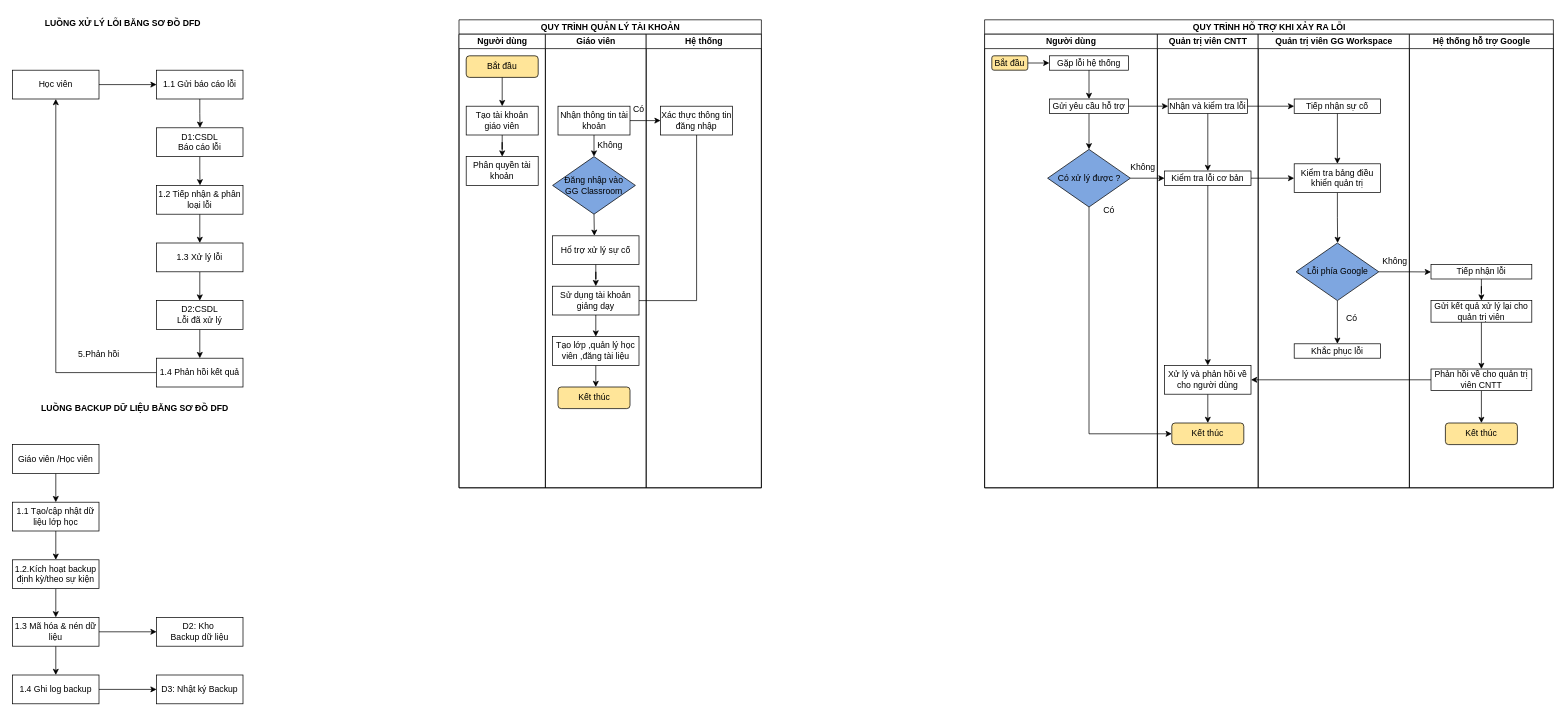
Above: Quản lý tài khoản CFD.drawio in Hau4969/Hau4969 (draw.io), before the change. Source tidied: cells renumbered, new cells numbered last; positions are measured from the earlier drawing's top-left corner, leaving out a move shared by most shapes. Both pictures are drawn from the tidied source at 72%, with x=0, y=0 at pixel (12, 12).
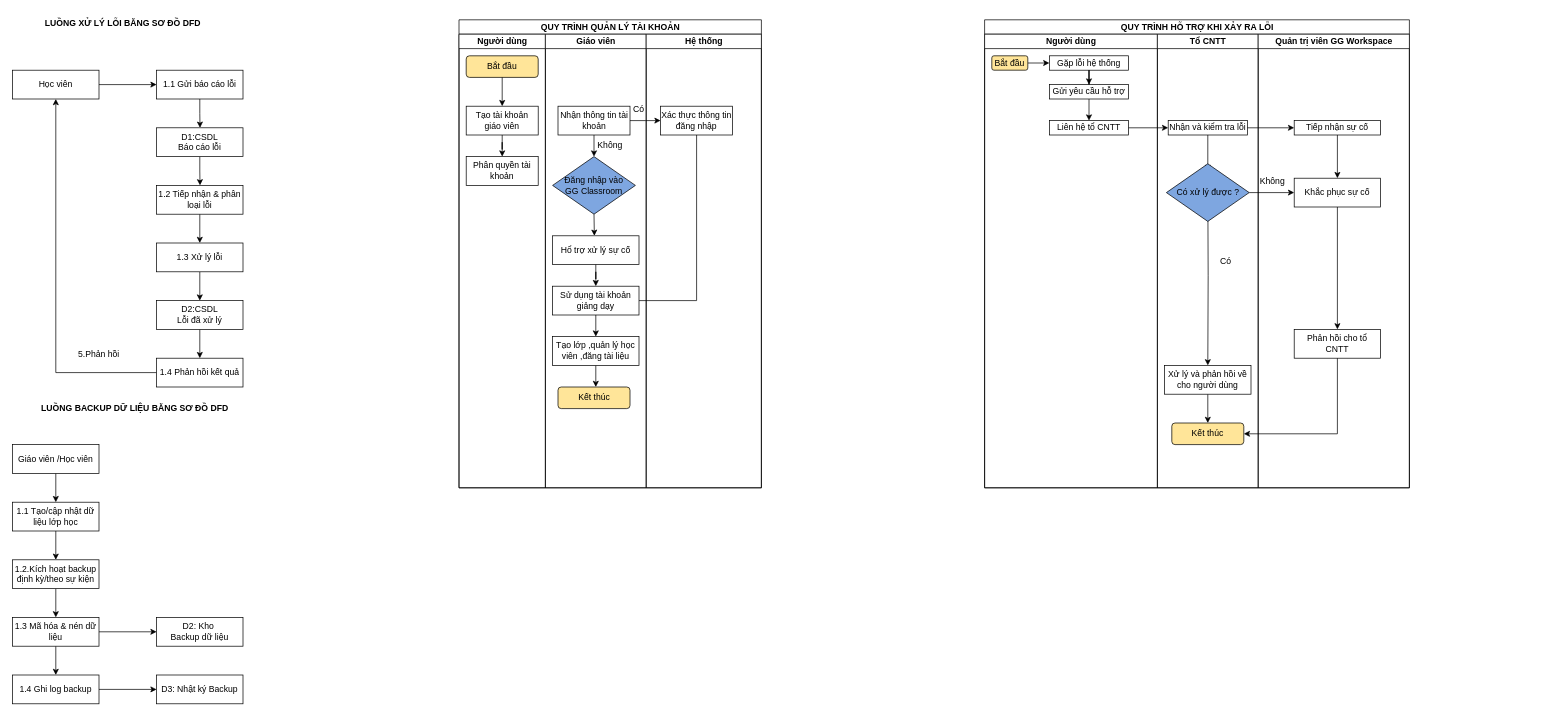
The same diagram, later.

The change refers to these unchanged cells:
```xml
<mxCell id="28" value="Người dùng" style="swimlane;startSize=20;html=1;" parent="27" vertex="1">
  <mxGeometry y="20" width="240" height="630" as="geometry" />
</mxCell>
<mxCell id="43" value="Xử lý và phản hồi về cho người dùng" style="rounded=0;whiteSpace=wrap;html=1;" parent="38" vertex="1">
  <mxGeometry x="10" y="460" width="120" height="40" as="geometry" />
</mxCell>
<mxCell id="45" value="Kết thúc" style="rounded=1;whiteSpace=wrap;html=1;fillColor=#FFE599;" parent="38" vertex="1">
  <mxGeometry x="20" y="540" width="100" height="30" as="geometry" />
</mxCell>
<mxCell id="46" value="Quản trị viên GG Workspace" style="swimlane;startSize=20;html=1;" parent="27" vertex="1">
  <mxGeometry x="380" y="20" width="210" height="630" as="geometry" />
</mxCell>
```

What changed in the source:
```diff
@@
     <mxCell id="27" value="QUY TRÌNH HỖ TRỢ KHI XẢY RA LỖI" style="swimlane;startSize=20;html=1;" parent="1" vertex="1">
-      <mxGeometry x="1350" y="10" width="790" height="650" as="geometry" />
+      <mxGeometry x="1350" y="10" width="590" height="650" as="geometry" />
     </mxCell>
@@
-    <mxCell id="32" style="edgeStyle=orthogonalEdgeStyle;rounded=0;jettySize=auto;html=1;exitX=0.5;exitY=1;exitDx=0;exitDy=0;entryX=0.5;entryY=0;entryDx=0;entryDy=0;" parent="28" edge="1" source="33" target="35">
-      <mxGeometry relative="1" as="geometry" />
-    </mxCell>
+    <mxCell id="103" style="edgeStyle=orthogonalEdgeStyle;rounded=0;jettySize=auto;html=1;exitX=0.5;exitY=1;exitDx=0;exitDy=0;entryX=0.5;entryY=0;entryDx=0;entryDy=0;" parent="28" edge="1" source="33" target="104">
+      <mxGeometry relative="1" as="geometry" />
+    </mxCell>
     <mxCell id="33" value="Gửi yêu cầu hỗ trợ" style="rounded=0;whiteSpace=wrap;html=1;" parent="28" vertex="1">
-      <mxGeometry x="90" y="90" width="110" height="20" as="geometry" />
+      <mxGeometry x="90" y="70" width="110" height="20" as="geometry" />
     </mxCell>
@@
-    <mxCell id="35" value="Có xử lý được ?" style="rhombus;whiteSpace=wrap;html=1;fillColor=#7EA6E0;" parent="28" vertex="1">
-      <mxGeometry x="87.5" y="160" width="115" height="80" as="geometry" />
-    </mxCell>
-    <mxCell id="36" value="Không" style="text;html=1;align=center;verticalAlign=middle;whiteSpace=wrap;rounded=0;" parent="28" vertex="1">
-      <mxGeometry x="190" y="170" width="60" height="30" as="geometry" />
-    </mxCell>
-    <mxCell id="37" value="Có" style="text;html=1;align=center;verticalAlign=middle;whiteSpace=wrap;rounded=0;" parent="28" vertex="1">
-      <mxGeometry x="142.5" y="230" width="60" height="30" as="geometry" />
-    </mxCell>
+    <mxCell id="104" value="Liên hệ tổ CNTT" style="rounded=0;whiteSpace=wrap;html=1;" parent="28" vertex="1">
+      <mxGeometry x="90" y="120" width="110" height="20" as="geometry" />
+    </mxCell>
-    <mxCell id="38" value="Quản trị viên CNTT" style="swimlane;startSize=20;html=1;" parent="27" vertex="1">
+    <mxCell id="38" value="Tổ CNTT" style="swimlane;startSize=20;html=1;" parent="27" vertex="1">
       <mxGeometry x="240" y="20" width="140" height="630" as="geometry" />
     </mxCell>
-    <mxCell id="39" style="edgeStyle=orthogonalEdgeStyle;rounded=0;jettySize=auto;html=1;exitX=0.5;exitY=1;exitDx=0;exitDy=0;" parent="38" edge="1" source="40" target="41">
-      <mxGeometry relative="1" as="geometry" />
+    <mxCell id="39" style="edgeStyle=orthogonalEdgeStyle;rounded=0;jettySize=auto;html=1;exitX=0.5;exitY=1;exitDx=0;exitDy=0;" parent="38" edge="1" source="40">
+      <mxGeometry relative="1" as="geometry">
+        <mxPoint x="70" y="190" as="targetPoint" />
+      </mxGeometry>
     </mxCell>
     <mxCell id="40" value="Nhận và kiểm tra lỗi" style="rounded=0;whiteSpace=wrap;html=1;" parent="38" vertex="1">
-      <mxGeometry x="15" y="90" width="110" height="20" as="geometry" />
+      <mxGeometry x="15" y="120" width="110" height="20" as="geometry" />
     </mxCell>
-    <mxCell id="41" value="Kiểm tra lỗi cơ bản" style="rounded=0;whiteSpace=wrap;html=1;" parent="38" vertex="1">
-      <mxGeometry x="10" y="190" width="120" height="20" as="geometry" />
-    </mxCell>
@@
-    <mxCell id="44" style="edgeStyle=orthogonalEdgeStyle;rounded=0;jettySize=auto;html=1;exitX=0.5;exitY=1;exitDx=0;exitDy=0;" parent="38" edge="1" source="41" target="43">
-      <mxGeometry relative="1" as="geometry" />
+    <mxCell id="44" style="edgeStyle=orthogonalEdgeStyle;rounded=0;jettySize=auto;html=1;exitX=0.5;exitY=1;exitDx=0;exitDy=0;" parent="38" edge="1" target="43">
+      <mxGeometry relative="1" as="geometry">
+        <mxPoint x="70" y="210" as="sourcePoint" />
+      </mxGeometry>
     </mxCell>
@@
+    <mxCell id="35" value="Có xử lý được ?" style="rhombus;whiteSpace=wrap;html=1;fillColor=#7EA6E0;" parent="38" vertex="1">
+      <mxGeometry x="12.5" y="180" width="115" height="80" as="geometry" />
+    </mxCell>
+    <mxCell id="36" value="Có" style="text;html=1;align=center;verticalAlign=middle;whiteSpace=wrap;rounded=0;" parent="38" vertex="1">
+      <mxGeometry x="65" y="300" width="60" height="30" as="geometry" />
+    </mxCell>
@@
     <mxCell id="48" value="Tiếp nhận sự cố" style="rounded=0;whiteSpace=wrap;html=1;" parent="46" vertex="1">
-      <mxGeometry x="50" y="90" width="120" height="20" as="geometry" />
+      <mxGeometry x="50" y="120" width="120" height="20" as="geometry" />
     </mxCell>
-    <mxCell id="49" style="edgeStyle=orthogonalEdgeStyle;rounded=0;jettySize=auto;html=1;exitX=0.5;exitY=1;exitDx=0;exitDy=0;" parent="46" edge="1" source="50">
-      <mxGeometry relative="1" as="geometry">
-        <mxPoint x="110.3" y="290" as="targetPoint" />
-      </mxGeometry>
-    </mxCell>
+    <mxCell id="105" style="edgeStyle=orthogonalEdgeStyle;rounded=0;jettySize=auto;html=1;exitX=0.5;exitY=1;exitDx=0;exitDy=0;entryX=0.5;entryY=0;entryDx=0;entryDy=0;" parent="46" edge="1" source="50" target="54">
+      <mxGeometry relative="1" as="geometry" />
+    </mxCell>
-    <mxCell id="50" value="Kiểm tra bảng điều khiển quản trị" style="rounded=0;whiteSpace=wrap;html=1;" parent="46" vertex="1">
-      <mxGeometry x="50" y="180" width="120" height="40" as="geometry" />
+    <mxCell id="50" value="Khắc phục sự cố" style="rounded=0;whiteSpace=wrap;html=1;" parent="46" vertex="1">
+      <mxGeometry x="50" y="200" width="120" height="40" as="geometry" />
     </mxCell>
-    <mxCell id="51" style="edgeStyle=orthogonalEdgeStyle;rounded=0;jettySize=auto;html=1;exitX=0.5;exitY=1;exitDx=0;exitDy=0;" parent="46" edge="1" source="53" target="54">
-      <mxGeometry relative="1" as="geometry" />
-    </mxCell>
-    <mxCell id="52" style="edgeStyle=orthogonalEdgeStyle;rounded=0;jettySize=auto;html=1;exitX=1;exitY=0.5;exitDx=0;exitDy=0;" parent="46" edge="1" source="53">
-      <mxGeometry relative="1" as="geometry">
-        <mxPoint x="240" y="330.2" as="targetPoint" />
-      </mxGeometry>
-    </mxCell>
-    <mxCell id="53" value="Lỗi phía Google" style="rhombus;whiteSpace=wrap;html=1;fillColor=#7EA6E0;" parent="46" vertex="1">
-      <mxGeometry x="52.5" y="290" width="115" height="80" as="geometry" />
-    </mxCell>
-    <mxCell id="54" value="Khắc phục lỗi" style="rounded=0;whiteSpace=wrap;html=1;" parent="46" vertex="1">
-      <mxGeometry x="50" y="430" width="120" height="20" as="geometry" />
+    <mxCell id="54" value="Phản hồi cho tổ CNTT" style="rounded=0;whiteSpace=wrap;html=1;" parent="46" vertex="1">
+      <mxGeometry x="50" y="410" width="120" height="40" as="geometry" />
     </mxCell>
-    <mxCell id="55" value="Không" style="text;html=1;align=center;verticalAlign=middle;whiteSpace=wrap;rounded=0;" parent="46" vertex="1">
-      <mxGeometry x="160" y="300" width="60" height="30" as="geometry" />
-    </mxCell>
-    <mxCell id="56" value="Có" style="text;html=1;align=center;verticalAlign=middle;whiteSpace=wrap;rounded=0;" parent="46" vertex="1">
-      <mxGeometry x="100" y="380" width="60" height="30" as="geometry" />
-    </mxCell>
-    <mxCell id="57" value="Hệ thống hỗ trợ Google" style="swimlane;startSize=20;html=1;" parent="27" vertex="1">
-      <mxGeometry x="590" y="20" width="200" height="630" as="geometry" />
-    </mxCell>
-    <mxCell id="58" style="edgeStyle=orthogonalEdgeStyle;rounded=0;jettySize=auto;html=1;exitX=0.5;exitY=1;exitDx=0;exitDy=0;" parent="57" edge="1" source="59" target="62">
-      <mxGeometry relative="1" as="geometry" />
-    </mxCell>
-    <mxCell id="59" value="Tiếp nhận lỗi" style="rounded=0;whiteSpace=wrap;html=1;" parent="57" vertex="1">
-      <mxGeometry x="30" y="320" width="140" height="20" as="geometry" />
-    </mxCell>
-    <mxCell id="60" style="edgeStyle=orthogonalEdgeStyle;rounded=0;jettySize=auto;html=1;exitX=0.5;exitY=1;exitDx=0;exitDy=0;" parent="57" edge="1" source="62">
-      <mxGeometry relative="1" as="geometry">
-        <mxPoint x="100" y="400.1" as="targetPoint" />
-      </mxGeometry>
-    </mxCell>
-    <mxCell id="61" style="edgeStyle=orthogonalEdgeStyle;rounded=0;jettySize=auto;html=1;exitX=0.5;exitY=1;exitDx=0;exitDy=0;entryX=0.5;entryY=0;entryDx=0;entryDy=0;" parent="57" edge="1" source="62" target="64">
-      <mxGeometry relative="1" as="geometry" />
-    </mxCell>
-    <mxCell id="62" value="Gửi kết quả xử lý lại cho quản trị viên" style="rounded=0;whiteSpace=wrap;html=1;" parent="57" vertex="1">
-      <mxGeometry x="30" y="370" width="140" height="30" as="geometry" />
-    </mxCell>
-    <mxCell id="63" style="edgeStyle=orthogonalEdgeStyle;rounded=0;jettySize=auto;html=1;exitX=0.5;exitY=1;exitDx=0;exitDy=0;entryX=0.5;entryY=0;entryDx=0;entryDy=0;" parent="57" edge="1" source="64" target="65">
-      <mxGeometry relative="1" as="geometry" />
-    </mxCell>
-    <mxCell id="64" value="Phản hồi về cho quản trị viên CNTT" style="rounded=0;whiteSpace=wrap;html=1;" parent="57" vertex="1">
-      <mxGeometry x="30" y="465" width="140" height="30" as="geometry" />
-    </mxCell>
-    <mxCell id="65" value="Kết thúc" style="rounded=1;whiteSpace=wrap;html=1;fillColor=#FFE599;" parent="57" vertex="1">
-      <mxGeometry x="50" y="540" width="100" height="30" as="geometry" />
-    </mxCell>
-    <mxCell id="66" style="edgeStyle=orthogonalEdgeStyle;rounded=0;jettySize=auto;html=1;exitX=1;exitY=0.5;exitDx=0;exitDy=0;entryX=0;entryY=0.5;entryDx=0;entryDy=0;" parent="27" edge="1" source="35" target="41">
-      <mxGeometry relative="1" as="geometry" />
-    </mxCell>
-    <mxCell id="67" style="edgeStyle=orthogonalEdgeStyle;rounded=0;jettySize=auto;html=1;exitX=1;exitY=0.5;exitDx=0;exitDy=0;" parent="27" edge="1" source="33" target="40">
-      <mxGeometry relative="1" as="geometry" />
-    </mxCell>
+    <mxCell id="37" value="Không" style="text;html=1;align=center;verticalAlign=middle;whiteSpace=wrap;rounded=0;" parent="46" vertex="1">
+      <mxGeometry x="-10" y="190" width="60" height="30" as="geometry" />
+    </mxCell>
@@
-    <mxCell id="69" style="edgeStyle=orthogonalEdgeStyle;rounded=0;jettySize=auto;html=1;exitX=1;exitY=0.5;exitDx=0;exitDy=0;entryX=0;entryY=0.5;entryDx=0;entryDy=0;" parent="27" edge="1" source="41" target="50">
-      <mxGeometry relative="1" as="geometry" />
-    </mxCell>
-    <mxCell id="70" style="edgeStyle=orthogonalEdgeStyle;rounded=0;jettySize=auto;html=1;exitX=0;exitY=0.5;exitDx=0;exitDy=0;entryX=1;entryY=0.5;entryDx=0;entryDy=0;" parent="27" edge="1" source="64" target="43">
-      <mxGeometry relative="1" as="geometry" />
-    </mxCell>
-    <mxCell id="71" style="edgeStyle=orthogonalEdgeStyle;rounded=0;jettySize=auto;html=1;exitX=0.5;exitY=1;exitDx=0;exitDy=0;entryX=0;entryY=0.5;entryDx=0;entryDy=0;" parent="27" edge="1" source="35" target="45">
-      <mxGeometry relative="1" as="geometry" />
-    </mxCell>
+    <mxCell id="106" style="edgeStyle=orthogonalEdgeStyle;rounded=0;jettySize=auto;html=1;exitX=1;exitY=0.5;exitDx=0;exitDy=0;entryX=0;entryY=0.5;entryDx=0;entryDy=0;" parent="27" edge="1" source="35" target="50">
+      <mxGeometry relative="1" as="geometry" />
+    </mxCell>
+    <mxCell id="107" style="edgeStyle=orthogonalEdgeStyle;rounded=0;jettySize=auto;html=1;exitX=0.5;exitY=1;exitDx=0;exitDy=0;entryX=1;entryY=0.5;entryDx=0;entryDy=0;" parent="27" edge="1" source="54" target="45">
+      <mxGeometry relative="1" as="geometry" />
+    </mxCell>
+    <mxCell id="108" style="edgeStyle=orthogonalEdgeStyle;rounded=0;jettySize=auto;html=1;exitX=1;exitY=0.5;exitDx=0;exitDy=0;entryX=0;entryY=0.5;entryDx=0;entryDy=0;" parent="27" edge="1" source="104" target="40">
+      <mxGeometry relative="1" as="geometry" />
+    </mxCell>
```
